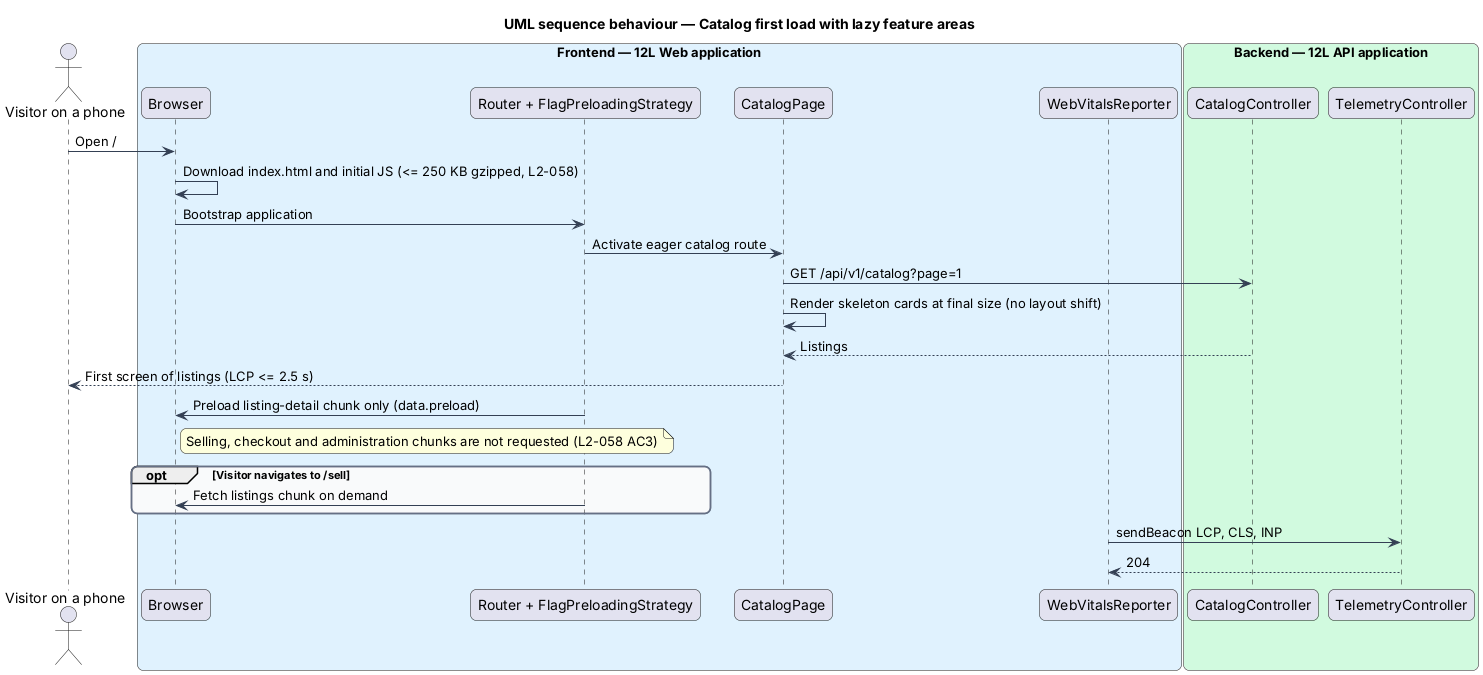
QuinntyneBrown/12l keeps this PlantUML diagram as docs/detailed-designs/platform/meet-performance-and-scale/diagrams/sequence-catalog-first-load.png. Above is the earlier version.
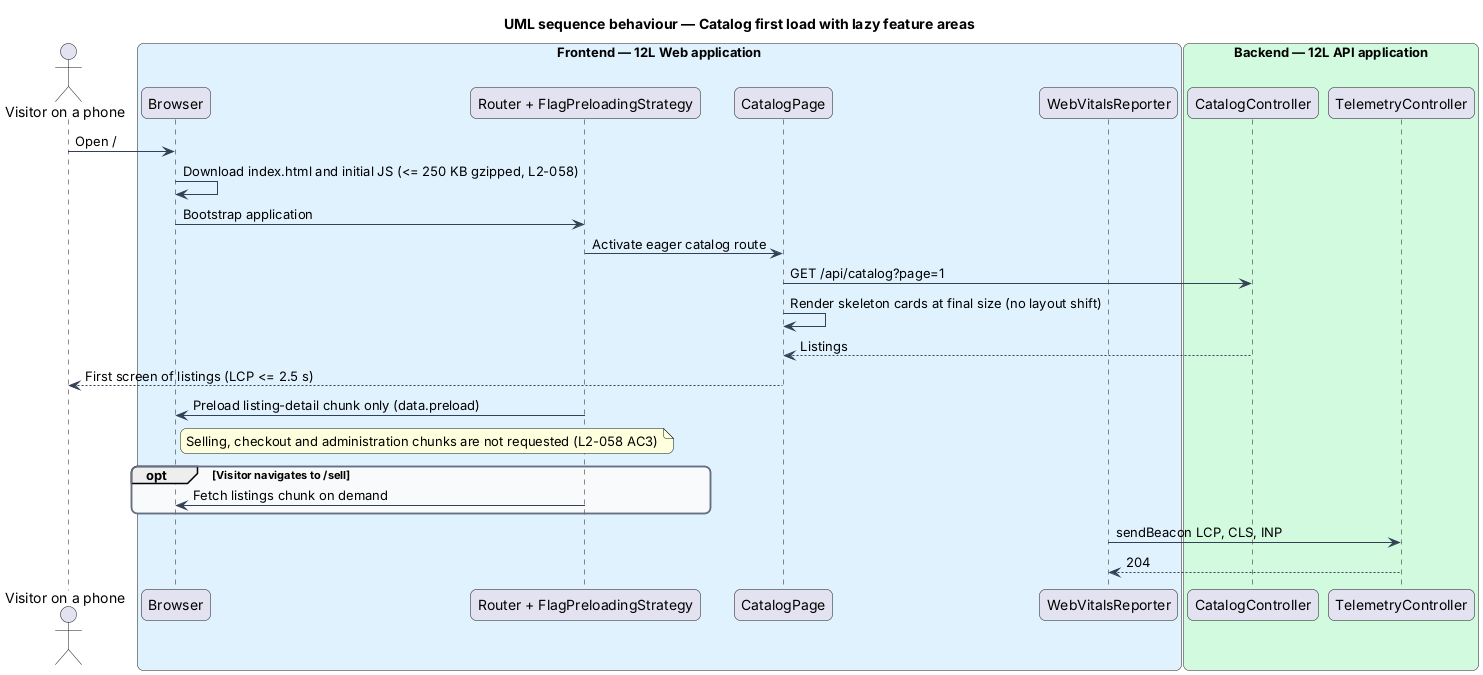
The same diagram one commit later.

The edit, as a diff of the source:
```diff
@@ -29,7 +29,7 @@
 browser -> browser : Download index.html and initial JS (<= 250 KB gzipped, L2-058)
 browser -> router : Bootstrap application
 router -> page : Activate eager catalog route
-page -> api : GET /api/v1/catalog?page=1
+page -> api : GET /api/catalog?page=1
 page -> page : Render skeleton cards at final size (no layout shift)
 api --> page : Listings
 page --> actor : First screen of listings (LCP <= 2.5 s)
```
